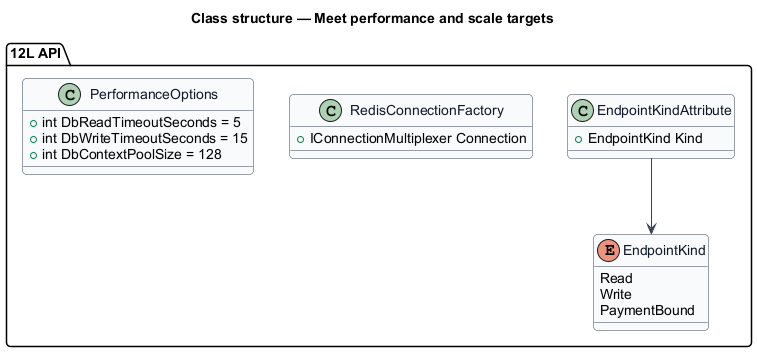
This is docs/detailed-designs/platform/meet-performance-and-scale/diagrams/class-structure.png from QuinntyneBrown/sycapooke, a PlantUML export, as it was before one commit.
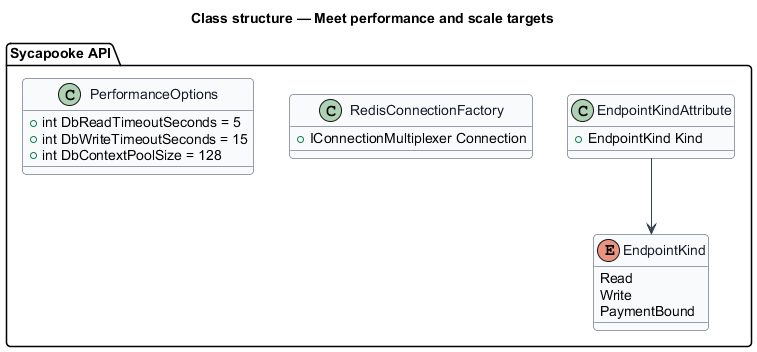
Above is the later version.

Change to the diagram source:
```diff
@@ -11,7 +11,7 @@
 }
 title Class structure — Meet performance and scale targets
 
-package "12L API" {
+package "Sycapooke API" {
   enum EndpointKind {
     Read
     Write
```
